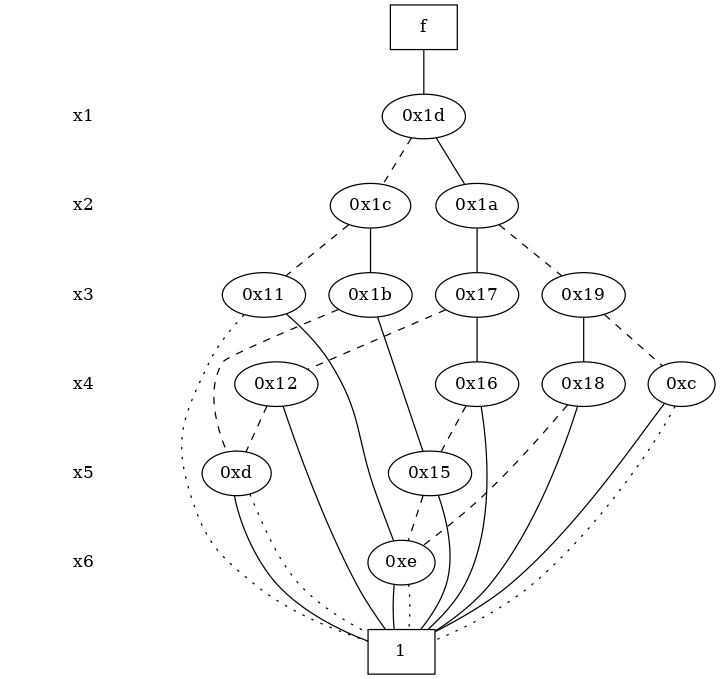
Above: expretest/original_bdd.png in loipsheng/cudd-3.0.0.1 (Graphviz), before the change. Its source is kept beside it as expretest/original_bdd.dot.
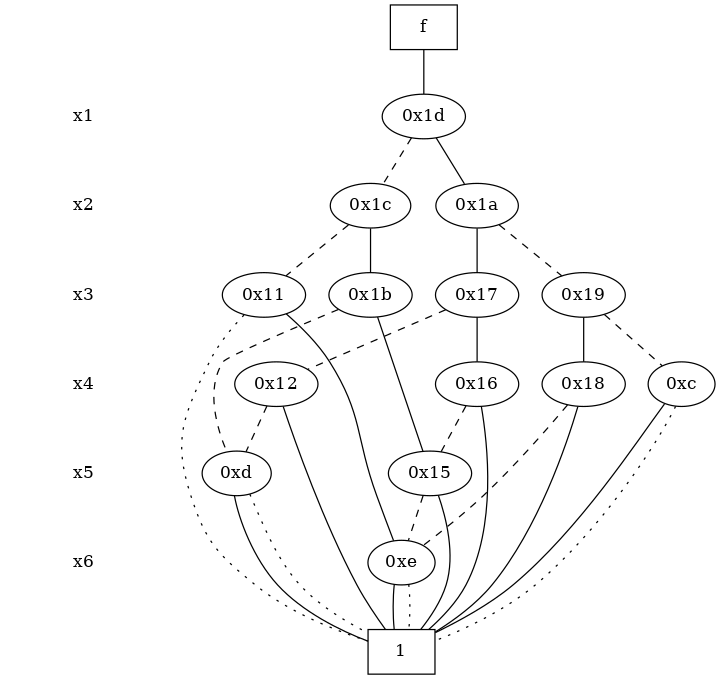
The same file after the commit.

What changed in the source:
```diff
@@ -17,20 +17,20 @@
 "0x1a";
 }
 { rank = same; " x3 ";
+"0x17";
 "0x1b";
 "0x11";
 "0x19";
-"0x17";
 }
 { rank = same; " x4 ";
+"0xc";
 "0x12";
 "0x18";
 "0x16";
-"0xc";
 }
 { rank = same; " x5 ";
+"0xd";
 "0x15";
-"0xd";
 }
 { rank = same; " x6 ";
 "0xe";
@@ -46,26 +46,26 @@
 "0x1c" -> "0x11" [style = dashed];
 "0x1a" -> "0x17";
 "0x1a" -> "0x19" [style = dashed];
+"0x17" -> "0x16";
+"0x17" -> "0x12" [style = dashed];
 "0x1b" -> "0x15";
 "0x1b" -> "0xd" [style = dashed];
 "0x11" -> "0xe";
 "0x11" -> "0x5" [style = dotted];
 "0x19" -> "0x18";
 "0x19" -> "0xc" [style = dashed];
-"0x17" -> "0x16";
-"0x17" -> "0x12" [style = dashed];
+"0xc" -> "0x5";
+"0xc" -> "0x5" [style = dotted];
 "0x12" -> "0x5";
 "0x12" -> "0xd" [style = dashed];
 "0x18" -> "0x5";
 "0x18" -> "0xe" [style = dashed];
 "0x16" -> "0x5";
 "0x16" -> "0x15" [style = dashed];
-"0xc" -> "0x5";
-"0xc" -> "0x5" [style = dotted];
+"0xd" -> "0x5";
+"0xd" -> "0x5" [style = dotted];
 "0x15" -> "0x5";
 "0x15" -> "0xe" [style = dashed];
-"0xd" -> "0x5";
-"0xd" -> "0x5" [style = dotted];
 "0xe" -> "0x5";
 "0xe" -> "0x5" [style = dotted];
 "0x5" [label = "1"];
```
